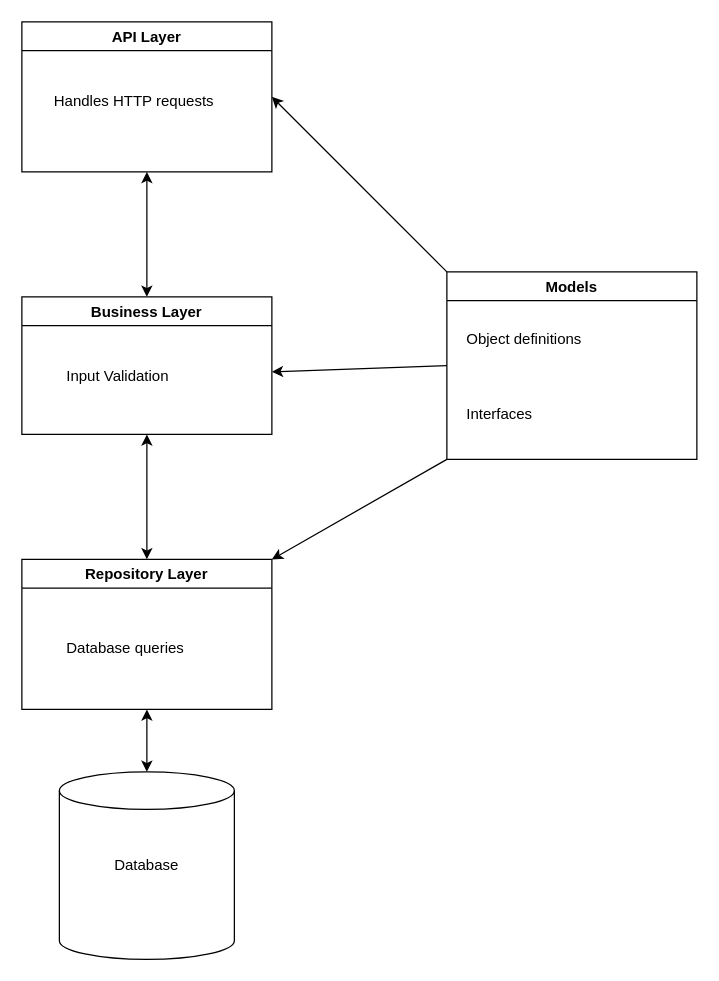
Earlier version of the draw.io diagram ArchitectureDiagram.drawio (221114-NET/JalalDarwishRevatureProject1). Source tidied: cells renumbered, new cells numbered last; positions are measured from the earlier drawing's top-left corner, leaving out a move shared by most shapes. Both pictures are drawn from the tidied source at 125%, with x=0, y=0 at pixel (21, 21).
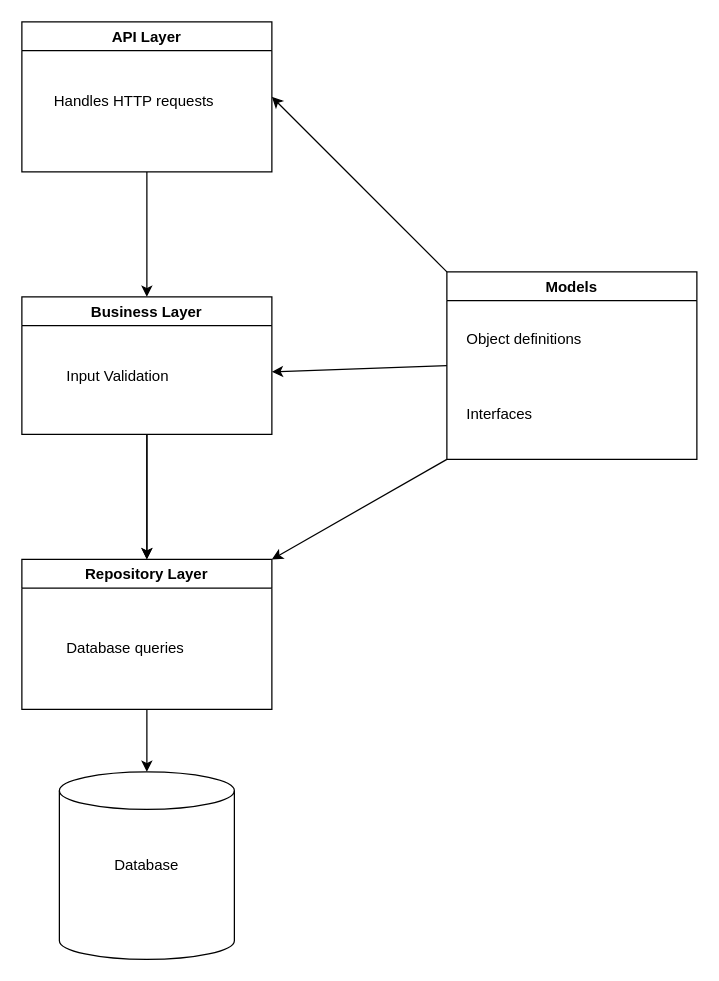
Above is the later version.

Unchanged cells that the change refers to:
```xml
<mxCell id="2" value="Business Layer" style="swimlane;" parent="1" vertex="1">
  <mxGeometry y="220" width="200" height="110" as="geometry" />
</mxCell>
<mxCell id="4" value="Repository Layer" style="swimlane;startSize=23;" parent="1" vertex="1">
  <mxGeometry y="430" width="200" height="120" as="geometry" />
</mxCell>
<mxCell id="9" value="API Layer" style="swimlane;" parent="1" vertex="1">
  <mxGeometry width="200" height="120" as="geometry" />
</mxCell>
<mxCell id="16" style="shape=cylinder3;whiteSpace=wrap;html=1;boundedLbl=1;backgroundOutline=1;size=15;" parent="1" vertex="1">
  <mxGeometry x="30" y="600" width="140" height="150" as="geometry" />
</mxCell>
```

What changed in the source:
```diff
@@
+    <mxCell id="19" style="edgeStyle=none;html=1;entryX=0.5;entryY=0;entryDx=0;entryDy=0;" parent="1" edge="1" source="2" target="4">
+      <mxGeometry relative="1" as="geometry" />
+    </mxCell>
@@
-    <mxCell id="11" style="endArrow=classic;startArrow=classic;html=1;rounded=0;entryX=0.5;entryY=1;entryDx=0;entryDy=0;exitX=0.5;exitY=0;exitDx=0;exitDy=0;" parent="1" edge="1" source="4" target="2">
-      <mxGeometry relative="1" as="geometry" />
-    </mxCell>
-    <mxCell id="12" style="endArrow=classic;startArrow=classic;html=1;rounded=0;exitX=0.5;exitY=0;exitDx=0;exitDy=0;entryX=0.5;entryY=1;entryDx=0;entryDy=0;" parent="1" edge="1" source="2" target="9">
-      <mxGeometry relative="1" as="geometry" />
-    </mxCell>
@@
-    <mxCell id="18" style="endArrow=classic;startArrow=classic;html=1;rounded=0;exitX=0.5;exitY=0;exitDx=0;exitDy=0;exitPerimeter=0;entryX=0.5;entryY=1;entryDx=0;entryDy=0;" parent="1" edge="1" source="16" target="4">
-      <mxGeometry relative="1" as="geometry" />
-    </mxCell>
+    <mxCell id="20" style="endArrow=classic;html=1;exitX=0.5;exitY=1;exitDx=0;exitDy=0;entryX=0.5;entryY=0;entryDx=0;entryDy=0;" parent="1" edge="1" source="9" target="2">
+      <mxGeometry relative="1" as="geometry" />
+    </mxCell>
+    <mxCell id="21" style="endArrow=classic;html=1;entryX=0.5;entryY=0;entryDx=0;entryDy=0;exitX=0.5;exitY=1;exitDx=0;exitDy=0;" parent="1" edge="1" source="2" target="4">
+      <mxGeometry relative="1" as="geometry" />
+    </mxCell>
+    <mxCell id="22" style="endArrow=classic;html=1;entryX=0.5;entryY=0;entryDx=0;entryDy=0;entryPerimeter=0;exitX=0.5;exitY=1;exitDx=0;exitDy=0;" parent="1" edge="1" source="4" target="16">
+      <mxGeometry relative="1" as="geometry" />
+    </mxCell>
```
